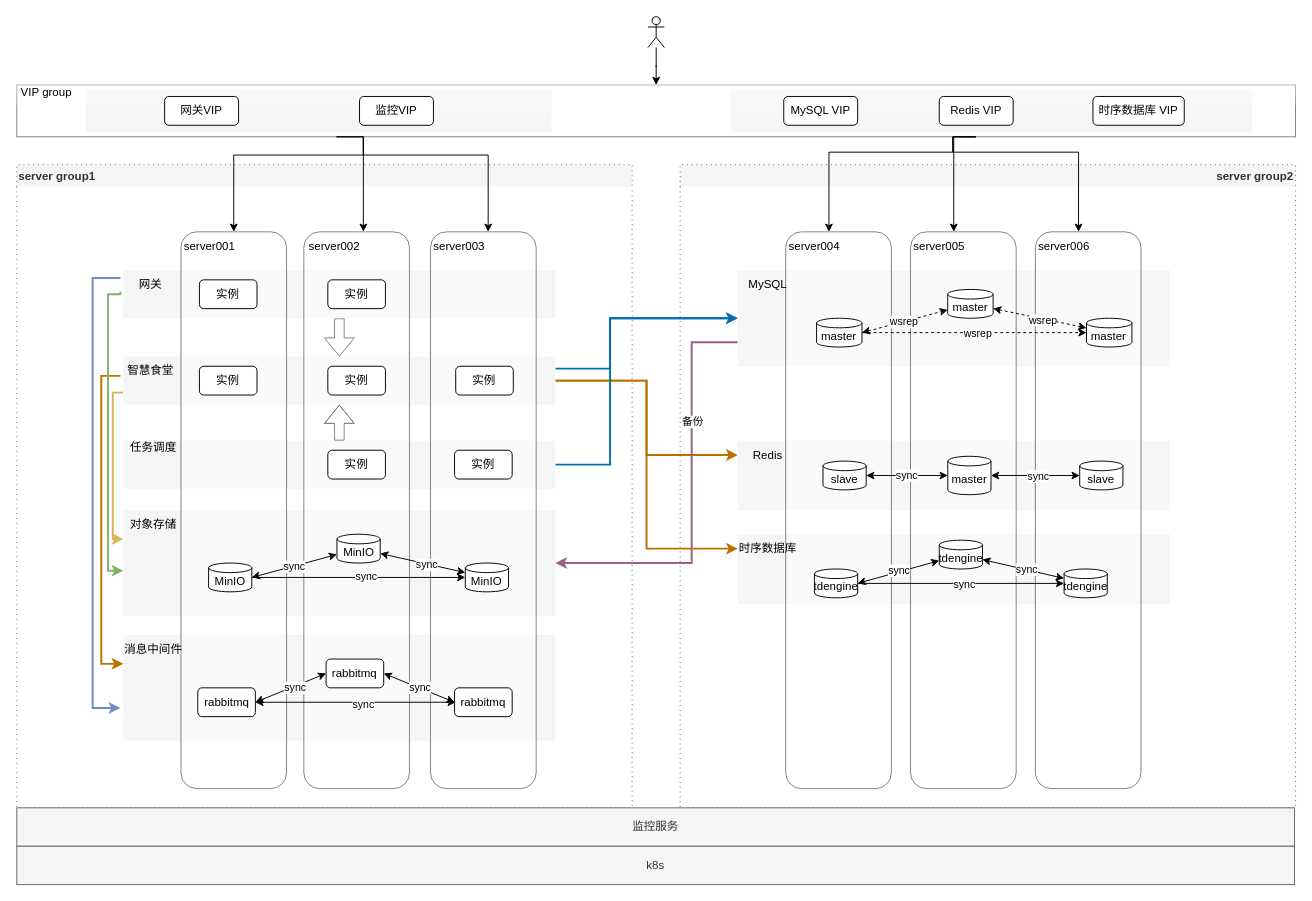
Earlier version of the draw.io diagram 集群部署.drawio (liolay/draw). Source tidied: cells renumbered, new cells numbered last; positions are measured from the earlier drawing's top-left corner, leaving out a move shared by most shapes. Both pictures are drawn from the tidied source at 96%, with x=0, y=0 at pixel (16, 16).
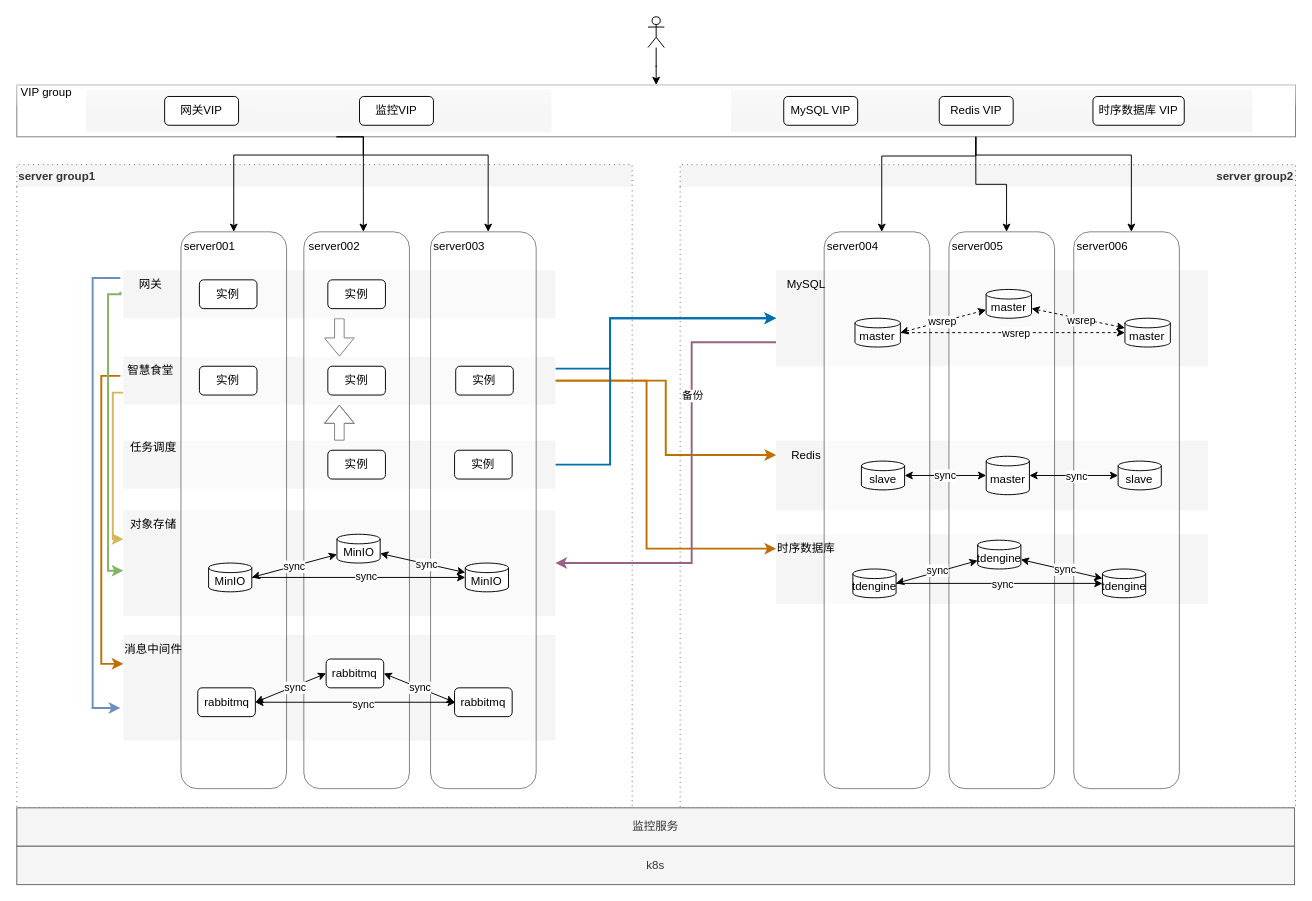
Above is the later version.

Commit message (it also covers changes not shown here):
更新集群部署.drawio

The change refers to these unchanged cells:
```xml
<mxCell id="4" style="rounded=0;whiteSpace=wrap;html=1;glass=1;opacity=50;" parent="1" vertex="1">
  <mxGeometry y="71" width="1332" height="54" as="geometry" />
</mxCell>
```

Diff of the diagram source:
```diff
@@
     <mxCell id="5" style="rounded=0;whiteSpace=wrap;html=1;strokeColor=none;dashed=1;fillColor=#f5f5f5;fontColor=#333333;" parent="1" vertex="1">
-      <mxGeometry x="751" y="539" width="450" height="72.5" as="geometry" />
+      <mxGeometry x="791" y="539" width="450" height="72.5" as="geometry" />
     </mxCell>
     <mxCell id="6" style="rounded=0;whiteSpace=wrap;html=1;strokeColor=none;dashed=1;fillColor=#f5f5f5;fontColor=#333333;" parent="1" vertex="1">
-      <mxGeometry x="751" y="441.5" width="450" height="72.5" as="geometry" />
+      <mxGeometry x="791" y="441.5" width="450" height="72.5" as="geometry" />
     </mxCell>
@@
     <mxCell id="27" style="rounded=0;whiteSpace=wrap;html=1;strokeColor=none;dashed=1;fillColor=#f5f5f5;fontColor=#333333;" parent="1" vertex="1">
-      <mxGeometry x="751" y="264" width="450" height="100" as="geometry" />
+      <mxGeometry x="791" y="264" width="450" height="100" as="geometry" />
     </mxCell>
     <mxCell id="28" style="rounded=1;whiteSpace=wrap;html=1;glass=0;opacity=50;" parent="1" vertex="1">
-      <mxGeometry x="801" y="224" width="110" height="580" as="geometry" />
+      <mxGeometry x="841" y="224" width="110" height="580" as="geometry" />
     </mxCell>
     <mxCell id="29" style="rounded=1;whiteSpace=wrap;html=1;opacity=50;" parent="1" vertex="1">
-      <mxGeometry x="931" y="224" width="110" height="580" as="geometry" />
+      <mxGeometry x="971" y="224" width="110" height="580" as="geometry" />
     </mxCell>
     <mxCell id="30" style="rounded=1;whiteSpace=wrap;html=1;opacity=50;" parent="1" vertex="1">
-      <mxGeometry x="1061" y="224" width="110" height="580" as="geometry" />
+      <mxGeometry x="1101" y="224" width="110" height="580" as="geometry" />
     </mxCell>
@@
     <mxCell id="34" value="server004" style="text;html=1;align=center;verticalAlign=middle;whiteSpace=wrap;rounded=0;" parent="1" vertex="1">
-      <mxGeometry x="801" y="224" width="60" height="30" as="geometry" />
+      <mxGeometry x="841" y="224" width="60" height="30" as="geometry" />
     </mxCell>
     <mxCell id="35" value="server005" style="text;html=1;align=center;verticalAlign=middle;whiteSpace=wrap;rounded=0;" parent="1" vertex="1">
-      <mxGeometry x="931" y="224" width="60" height="30" as="geometry" />
+      <mxGeometry x="971" y="224" width="60" height="30" as="geometry" />
     </mxCell>
     <mxCell id="36" value="server006" style="text;html=1;align=center;verticalAlign=middle;whiteSpace=wrap;rounded=0;" parent="1" vertex="1">
-      <mxGeometry x="1061" y="224" width="60" height="30" as="geometry" />
+      <mxGeometry x="1101" y="224" width="60" height="30" as="geometry" />
     </mxCell>
@@
     <mxCell id="39" value="slave" style="shape=cylinder3;whiteSpace=wrap;html=1;boundedLbl=1;backgroundOutline=1;size=5;" parent="1" vertex="1">
-      <mxGeometry x="839.8" y="462.8" width="45" height="30" as="geometry" />
+      <mxGeometry x="879.8" y="462.8" width="45" height="30" as="geometry" />
     </mxCell>
@@
     <mxCell id="42" value="master" style="shape=cylinder3;whiteSpace=wrap;html=1;boundedLbl=1;backgroundOutline=1;size=5;" parent="1" vertex="1">
-      <mxGeometry x="969.8" y="457.8" width="45" height="40" as="geometry" />
+      <mxGeometry x="1009.8" y="457.8" width="45" height="40" as="geometry" />
     </mxCell>
     <mxCell id="43" value="slave" style="shape=cylinder3;whiteSpace=wrap;html=1;boundedLbl=1;backgroundOutline=1;size=5;" parent="1" vertex="1">
-      <mxGeometry x="1107.2" y="462.8" width="45" height="30" as="geometry" />
+      <mxGeometry x="1147.2" y="462.8" width="45" height="30" as="geometry" />
     </mxCell>
@@
     <mxCell id="64" value="tdengine" style="shape=cylinder3;whiteSpace=wrap;html=1;boundedLbl=1;backgroundOutline=1;size=5;" parent="1" vertex="1">
-      <mxGeometry x="830.9" y="575.2" width="45" height="30" as="geometry" />
+      <mxGeometry x="870.9" y="575.2" width="45" height="30" as="geometry" />
     </mxCell>
@@
     <mxCell id="67" value="tdengine" style="shape=cylinder3;whiteSpace=wrap;html=1;boundedLbl=1;backgroundOutline=1;size=5;" parent="1" vertex="1">
-      <mxGeometry x="960.9" y="545.2" width="45" height="30" as="geometry" />
+      <mxGeometry x="1000.9" y="545.2" width="45" height="30" as="geometry" />
     </mxCell>
     <mxCell id="68" value="tdengine" style="shape=cylinder3;whiteSpace=wrap;html=1;boundedLbl=1;backgroundOutline=1;size=5;" parent="1" vertex="1">
-      <mxGeometry x="1090.9" y="575.2" width="45" height="30" as="geometry" />
+      <mxGeometry x="1130.9" y="575.2" width="45" height="30" as="geometry" />
     </mxCell>
@@
     <mxCell id="77" value="master" style="shape=cylinder3;whiteSpace=wrap;html=1;boundedLbl=1;backgroundOutline=1;size=5;" parent="1" vertex="1">
-      <mxGeometry x="833.1" y="314" width="47.3" height="30" as="geometry" />
+      <mxGeometry x="873.1" y="314" width="47.3" height="30" as="geometry" />
     </mxCell>
@@
     <mxCell id="80" value="master" style="shape=cylinder3;whiteSpace=wrap;html=1;boundedLbl=1;backgroundOutline=1;size=5;" parent="1" vertex="1">
-      <mxGeometry x="969.7" y="284" width="47.3" height="30" as="geometry" />
+      <mxGeometry x="1009.7" y="284" width="47.3" height="30" as="geometry" />
     </mxCell>
     <mxCell id="81" value="master" style="shape=cylinder3;whiteSpace=wrap;html=1;boundedLbl=1;backgroundOutline=1;size=5;" parent="1" vertex="1">
-      <mxGeometry x="1114.3" y="314" width="47.3" height="30" as="geometry" />
+      <mxGeometry x="1154.3" y="314" width="47.3" height="30" as="geometry" />
     </mxCell>
     <mxCell id="82" value="MySQL" style="text;html=1;align=center;verticalAlign=middle;whiteSpace=wrap;rounded=0;" parent="1" vertex="1">
-      <mxGeometry x="751" y="264" width="63.1" height="30" as="geometry" />
+      <mxGeometry x="791" y="264" width="63.1" height="30" as="geometry" />
     </mxCell>
@@
     <mxCell id="93" value="Redis" style="text;html=1;align=center;verticalAlign=middle;whiteSpace=wrap;rounded=0;" parent="1" vertex="1">
-      <mxGeometry x="751" y="441.5" width="63.1" height="30" as="geometry" />
+      <mxGeometry x="791" y="441.5" width="63.1" height="30" as="geometry" />
     </mxCell>
     <mxCell id="94" value="时序数据库" style="text;html=1;align=center;verticalAlign=middle;whiteSpace=wrap;rounded=0;" parent="1" vertex="1">
-      <mxGeometry x="751" y="539" width="63.1" height="30" as="geometry" />
+      <mxGeometry x="791" y="539" width="63.1" height="30" as="geometry" />
     </mxCell>
@@
-    <mxCell id="99" style="edgeStyle=orthogonalEdgeStyle;rounded=0;jettySize=auto;html=1;exitX=0.75;exitY=1;exitDx=0;exitDy=0;entryX=0.75;entryY=0;entryDx=0;entryDy=0;curved=0;" parent="1" edge="1" source="4" target="34">
-      <mxGeometry relative="1" as="geometry">
-        <Array as="points">
-          <mxPoint x="975" y="125" />
-          <mxPoint x="975" y="141" />
-          <mxPoint x="846" y="141" />
-        </Array>
-      </mxGeometry>
-    </mxCell>
-    <mxCell id="100" style="edgeStyle=orthogonalEdgeStyle;rounded=0;jettySize=auto;html=1;exitX=0.75;exitY=1;exitDx=0;exitDy=0;entryX=0.75;entryY=0;entryDx=0;entryDy=0;curved=0;" parent="1" edge="1" source="4" target="35">
-      <mxGeometry relative="1" as="geometry">
-        <Array as="points">
-          <mxPoint x="976" y="125" />
-        </Array>
-      </mxGeometry>
-    </mxCell>
-    <mxCell id="101" style="edgeStyle=orthogonalEdgeStyle;rounded=0;jettySize=auto;html=1;exitX=0.75;exitY=1;exitDx=0;exitDy=0;entryX=0.75;entryY=0;entryDx=0;entryDy=0;curved=0;" parent="1" edge="1" source="4" target="36">
-      <mxGeometry relative="1" as="geometry">
-        <Array as="points">
-          <mxPoint x="975" y="125" />
-          <mxPoint x="975" y="141" />
-          <mxPoint x="1106" y="141" />
-        </Array>
-      </mxGeometry>
-    </mxCell>
@@
+    <mxCell id="99" style="edgeStyle=orthogonalEdgeStyle;rounded=0;jettySize=auto;html=1;exitX=0.75;exitY=1;exitDx=0;exitDy=0;entryX=1;entryY=0;entryDx=0;entryDy=0;" parent="1" edge="1" source="4" target="34">
+      <mxGeometry relative="1" as="geometry">
+        <Array as="points">
+          <mxPoint x="999" y="145" />
+          <mxPoint x="901" y="145" />
+        </Array>
+      </mxGeometry>
+    </mxCell>
+    <mxCell id="100" style="edgeStyle=orthogonalEdgeStyle;rounded=0;jettySize=auto;html=1;exitX=0.75;exitY=1;exitDx=0;exitDy=0;entryX=1;entryY=0;entryDx=0;entryDy=0;" parent="1" edge="1" source="4" target="35">
+      <mxGeometry relative="1" as="geometry" />
+    </mxCell>
+    <mxCell id="101" style="edgeStyle=orthogonalEdgeStyle;rounded=0;jettySize=auto;html=1;exitX=0.75;exitY=1;exitDx=0;exitDy=0;entryX=1;entryY=0;entryDx=0;entryDy=0;" parent="1" edge="1" source="4" target="36">
+      <mxGeometry relative="1" as="geometry">
+        <Array as="points">
+          <mxPoint x="999" y="144" />
+          <mxPoint x="1161" y="144" />
+        </Array>
+      </mxGeometry>
+    </mxCell>
```
